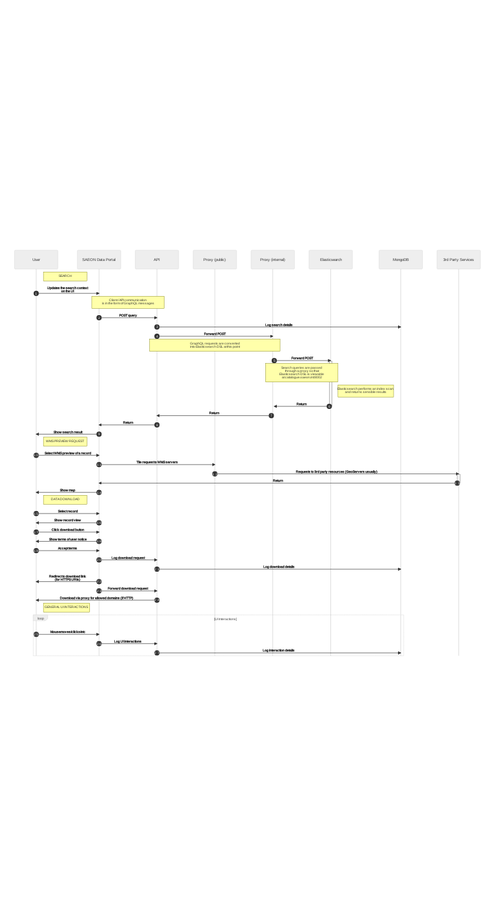
SAEON/data-portal keeps this Mermaid diagram as diagrams/dist/client-scenarios.png. Above is the earlier version. Its source is kept beside it as diagrams/src/client-scenarios.mmd.
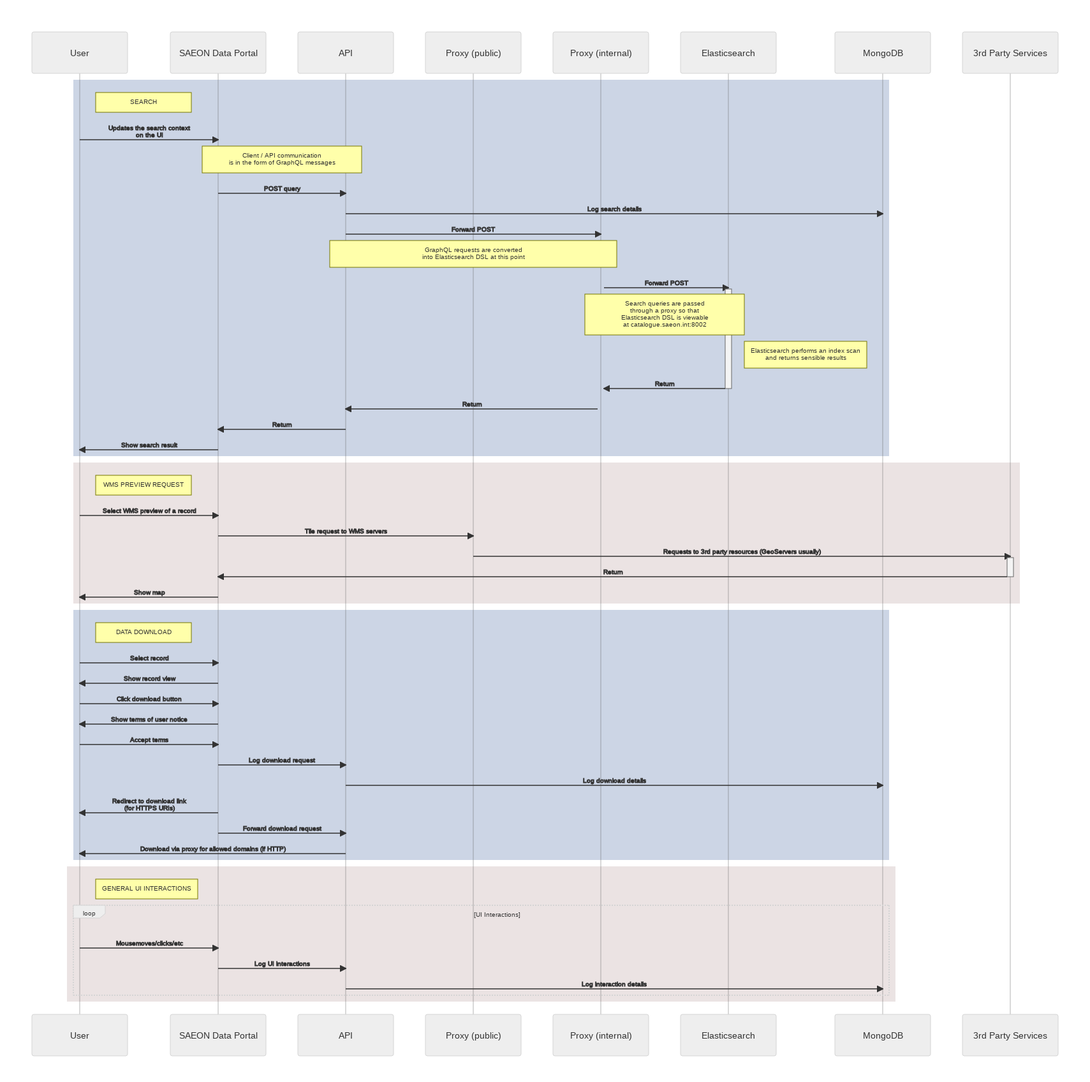
The same diagram one commit later.

Commit message:
Updated client-scenarios diagram

What changed in the source:
```diff
@@ -1,5 +1,4 @@
 sequenceDiagram
-    autonumber
 
     participant user as User
     participant client as SAEON Data Portal
@@ -10,43 +9,51 @@
     participant mongo as MongoDB
     participant external_services as 3rd Party Services
 
-    Note right of user: SEARCH
-    user->>client: Updates the search context <br />on the UI
-    Note over client,api: Client / API communication <br /> is in the form of GraphQL messages
-    client->>api: POST query
-    api->>mongo: Log search details
-    api->>+proxy_internal: Forward POST
-    Note over api,proxy_internal: GraphQL requests are converted <br />into Elasticsearch DSL at this point
-    proxy_internal->>+es: Forward POST
-    Note over proxy_internal,es: Search queries are passed<br /> through a proxy so that<br /> Elasticsearch DSL is viewable<br /> at catalogue.saeon.int:8002
-    Note right of es: Elasticsearch performs an index scan <br /> and returns sensible results
-    es->>-proxy_internal: Return
-    proxy_internal->>api: Return
-    api->>client: Return
-    client->>user: Show search result
+    rect rgba(0, 45,124, 0.2)
+      Note right of user: SEARCH
+      user->>client: Updates the search context <br />on the UI
+      Note over client,api: Client / API communication <br /> is in the form of GraphQL messages
+      client->>api: POST query
+      api->>mongo: Log search details
+      api->>+proxy_internal: Forward POST
+      Note over api,proxy_internal: GraphQL requests are converted <br />into Elasticsearch DSL at this point
+      proxy_internal->>+es: Forward POST
+      Note over proxy_internal,es: Search queries are passed<br /> through a proxy so that<br /> Elasticsearch DSL is viewable<br /> at catalogue.saeon.int:8002
+      Note right of es: Elasticsearch performs an index scan <br /> and returns sensible results
+      es->>-proxy_internal: Return
+      proxy_internal->>api: Return
+      api->>client: Return
+      client->>user: Show search result
+    end
 
-    Note right of user: WMS PREVIEW REQUEST
-    user->>client: Select WMS preview of a record
-    client->>proxy_external: Tile request to WMS servers
-    proxy_external->>+external_services: Requests to 3rd party resources (GeoServers usually)
-    external_services->>-client: Return
-    client->>user: Show map
+    rect rgba(155, 115, 115, 0.2)
+      Note right of user: WMS PREVIEW REQUEST
+      user->>client: Select WMS preview of a record
+      client->>proxy_external: Tile request to WMS servers
+      proxy_external->>+external_services: Requests to 3rd party resources (GeoServers usually)
+      external_services->>-client: Return
+      client->>user: Show map
+    end
 
-    Note right of user: DATA DOWNLOAD
-    user->>client: Select record
-    client->>user: Show record view
-    user->>client: Click download button
-    client->>user: Show terms of user notice
-    user->>client: Accept terms
-    client->>api: Log download request
-    api->>mongo: Log download details
-    client->>user: Redirect to download link<br />(for HTTPS URIs)
-    client->>api: Forward download request
-    api->>user: Download via proxy for allowed domains (if HTTP)
+    rect rgba(0, 45,124, 0.2)
+      Note right of user: DATA DOWNLOAD
+      user->>client: Select record
+      client->>user: Show record view
+      user->>client: Click download button
+      client->>user: Show terms of user notice
+      user->>client: Accept terms
+      client->>api: Log download request
+      api->>mongo: Log download details
+      client->>user: Redirect to download link<br />(for HTTPS URIs)
+      client->>api: Forward download request
+      api->>user: Download via proxy for allowed domains (if HTTP)
+    end
 
-    Note right of user: GENERAL UI INTERACTIONS
-    loop UI Interactions
-      user->>client: Mousemoves/clicks/etc
-      client->>api: Log UI interactions
-      api->>mongo: Log interaction details
+    rect rgba(155, 115, 115, 0.2)
+      Note right of user: GENERAL UI INTERACTIONS
+      loop UI Interactions
+        user->>client: Mousemoves/clicks/etc
+        client->>api: Log UI interactions
+        api->>mongo: Log interaction details
+      end
     end
```
